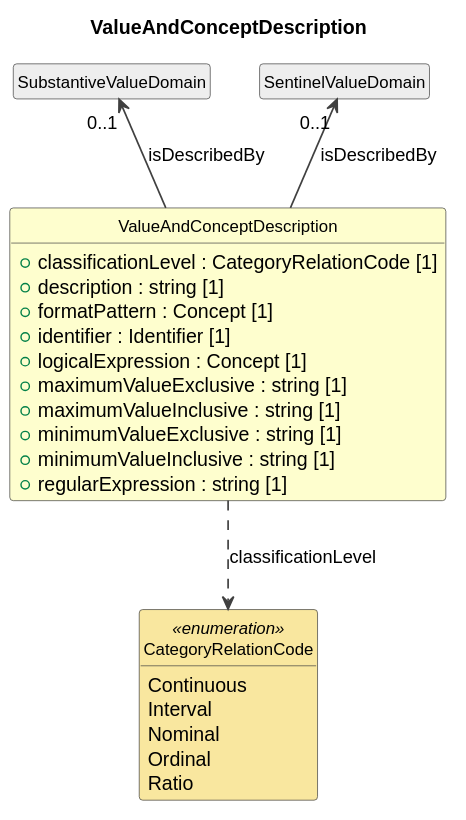
This is cdif-uml-model/_plantuml/cdifDataStructure/Classes/ValueAndConceptDescription.svg from Cross-Domain-Interoperability-Framework/metadataBuildingBlocks, a PlantUML export, as it was before one commit. Its diagram source:
```plantuml
@startuml
title ValueAndConceptDescription
hide circle
hide empty members
skinparam shadowing false
skinparam ArrowThickness 1.2
skinparam class {
  ArrowColor #404040
  BorderColor #404040
  FontSize 12
}

class "ValueAndConceptDescription" as ValueAndConceptDescription #FEFECE {
  +classificationLevel : CategoryRelationCode [1]
  +description : string [1]
  +formatPattern : Concept [1]
  +identifier : Identifier [1]
  +logicalExpression : Concept [1]
  +maximumValueExclusive : string [1]
  +maximumValueInclusive : string [1]
  +minimumValueExclusive : string [1]
  +minimumValueInclusive : string [1]
  +regularExpression : string [1]
}
class "SubstantiveValueDomain" as SubstantiveValueDomain #EEEEEE
SubstantiveValueDomain "0..1" <-- ValueAndConceptDescription : isDescribedBy
class "SentinelValueDomain" as SentinelValueDomain #EEEEEE
SentinelValueDomain "0..1" <-- ValueAndConceptDescription : isDescribedBy
enum "CategoryRelationCode" as CategoryRelationCode <<enumeration>> #F9E79F
{
  Continuous
  Interval
  Nominal
  Ordinal
  Ratio
}
ValueAndConceptDescription ..> CategoryRelationCode : classificationLevel
@enduml
```
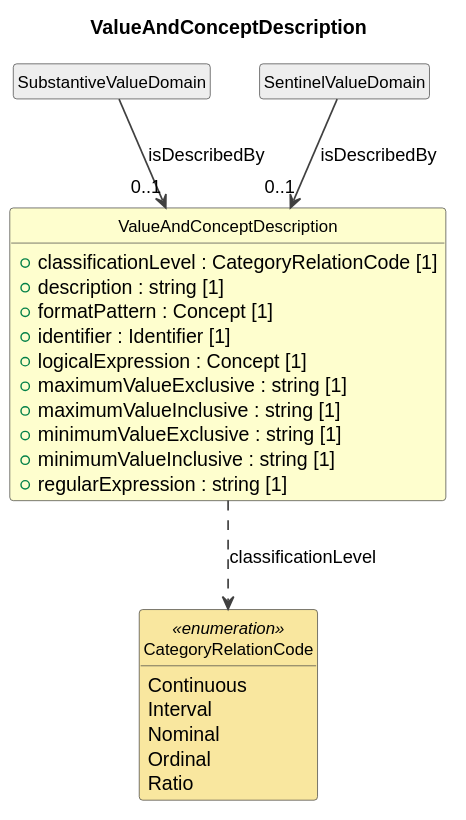
The same diagram one commit later.

What changed in the source:
```diff
@@ -23,9 +23,9 @@
   +regularExpression : string [1]
 }
 class "SubstantiveValueDomain" as SubstantiveValueDomain #EEEEEE
-SubstantiveValueDomain "0..1" <-- ValueAndConceptDescription : isDescribedBy
+SubstantiveValueDomain --> "0..1" ValueAndConceptDescription : isDescribedBy
 class "SentinelValueDomain" as SentinelValueDomain #EEEEEE
-SentinelValueDomain "0..1" <-- ValueAndConceptDescription : isDescribedBy
+SentinelValueDomain --> "0..1" ValueAndConceptDescription : isDescribedBy
 enum "CategoryRelationCode" as CategoryRelationCode <<enumeration>> #F9E79F
 {
   Continuous
```
